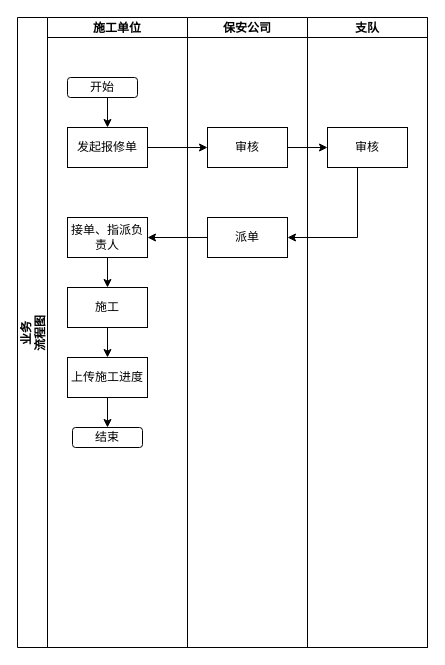
huyongchao98/dapp keeps this draw.io diagram as 未命名绘图1212.drawio. Above is the earlier version. Source tidied: cells renumbered, new cells numbered last; positions are measured from the earlier drawing's top-left corner, leaving out a move shared by most shapes. Both pictures are drawn from the tidied source at 100%, with x=0, y=0 at pixel (17, 17).
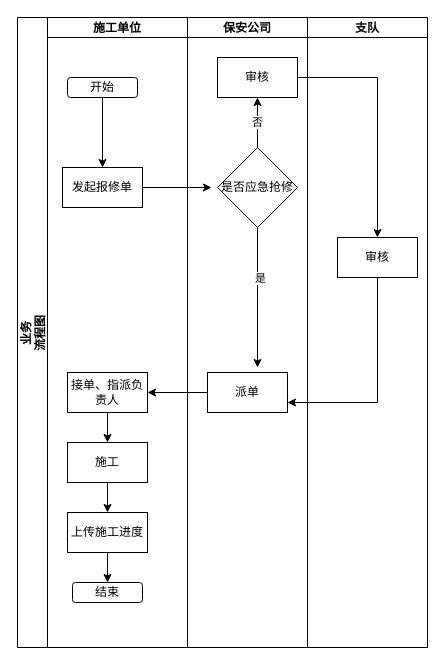
Above is the later version.

Commit message (it also covers changes not shown here):
更新未命名绘图1212.drawio

The change refers to these unchanged cells:
```xml
<mxCell id="2" value="业务&#10;流程图" style="swimlane;startSize=30;horizontal=0;" parent="1" vertex="1">
  <mxGeometry width="410" height="630" as="geometry" />
</mxCell>
<mxCell id="3" value="施工单位" style="swimlane;startSize=20;" parent="2" vertex="1">
  <mxGeometry x="30" width="140" height="630" as="geometry" />
</mxCell>
<mxCell id="14" value="保安公司" style="swimlane;startSize=20;" parent="2" vertex="1">
  <mxGeometry x="170" width="120" height="630" as="geometry" />
</mxCell>
<mxCell id="17" value="支队" style="swimlane;startSize=20;" parent="2" vertex="1">
  <mxGeometry x="290" width="120" height="630" as="geometry" />
</mxCell>
```

Change to the diagram source:
```diff
@@
+    <mxCell id="22" style="edgeStyle=orthogonalEdgeStyle;rounded=0;jettySize=auto;html=1;entryX=1;entryY=0.5;entryDx=0;entryDy=0;" parent="2" edge="1" source="16" target="8">
+      <mxGeometry relative="1" as="geometry" />
+    </mxCell>
@@
     <mxCell id="6" value="发起报修单" style="rounded=0;whiteSpace=wrap;html=1;" parent="3" vertex="1">
-      <mxGeometry x="20" y="110" width="80" height="40" as="geometry" />
+      <mxGeometry x="15" y="150" width="80" height="40" as="geometry" />
     </mxCell>
@@
     <mxCell id="8" value="接单、指派负责人" style="rounded=0;whiteSpace=wrap;html=1;" parent="3" vertex="1">
-      <mxGeometry x="20" y="200" width="80" height="40" as="geometry" />
+      <mxGeometry x="20" y="355" width="80" height="40" as="geometry" />
     </mxCell>
@@
     <mxCell id="10" value="施工" style="rounded=0;whiteSpace=wrap;html=1;" parent="3" vertex="1">
-      <mxGeometry x="20" y="270" width="80" height="40" as="geometry" />
+      <mxGeometry x="20" y="425" width="80" height="40" as="geometry" />
     </mxCell>
@@
     <mxCell id="12" value="上传施工进度" style="rounded=0;whiteSpace=wrap;html=1;" parent="3" vertex="1">
-      <mxGeometry x="20" y="340" width="80" height="40" as="geometry" />
+      <mxGeometry x="20" y="495" width="80" height="40" as="geometry" />
     </mxCell>
     <mxCell id="13" value="结束" style="rounded=1;whiteSpace=wrap;html=1;" parent="3" vertex="1">
-      <mxGeometry x="25" y="410" width="70" height="20" as="geometry" />
+      <mxGeometry x="25" y="565" width="70" height="20" as="geometry" />
     </mxCell>
@@
     <mxCell id="15" value="审核" style="rounded=0;whiteSpace=wrap;html=1;" parent="14" vertex="1">
-      <mxGeometry x="20" y="110" width="80" height="40" as="geometry" />
+      <mxGeometry x="30" y="40" width="80" height="40" as="geometry" />
     </mxCell>
     <mxCell id="16" value="派单" style="rounded=0;whiteSpace=wrap;html=1;" parent="14" vertex="1">
-      <mxGeometry x="20" y="200" width="80" height="40" as="geometry" />
+      <mxGeometry x="20" y="355" width="80" height="40" as="geometry" />
     </mxCell>
+    <mxCell id="23" value="否" style="edgeStyle=orthogonalEdgeStyle;rounded=0;jettySize=auto;html=1;exitX=0.5;exitY=0;exitDx=0;exitDy=0;entryX=0.5;entryY=1;entryDx=0;entryDy=0;" parent="14" edge="1" source="26" target="15">
+      <mxGeometry relative="1" as="geometry" />
+    </mxCell>
+    <mxCell id="24" style="edgeStyle=orthogonalEdgeStyle;rounded=0;jettySize=auto;html=1;exitX=0.5;exitY=1;exitDx=0;exitDy=0;" parent="14" edge="1" source="26">
+      <mxGeometry relative="1" as="geometry">
+        <mxPoint x="70" y="350" as="targetPoint" />
+      </mxGeometry>
+    </mxCell>
+    <mxCell id="25" value="是" style="edgeLabel;html=1;align=center;verticalAlign=middle;" parent="24" vertex="1">
+      <mxGeometry x="-0.29" y="2" relative="1" as="geometry" />
+    </mxCell>
+    <mxCell id="26" value="是否应急抢修" style="rhombus;whiteSpace=wrap;html=1;" parent="14" vertex="1">
+      <mxGeometry x="30" y="130" width="80" height="80" as="geometry" />
+    </mxCell>
@@
     <mxCell id="18" value="审核" style="rounded=0;whiteSpace=wrap;html=1;" parent="17" vertex="1">
-      <mxGeometry x="20" y="110" width="80" height="40" as="geometry" />
+      <mxGeometry x="30" y="220" width="80" height="40" as="geometry" />
     </mxCell>
-    <mxCell id="19" style="edgeStyle=orthogonalEdgeStyle;rounded=0;jettySize=auto;html=1;entryX=0;entryY=0.5;entryDx=0;entryDy=0;" parent="2" edge="1" source="6" target="15">
+    <mxCell id="19" style="edgeStyle=orthogonalEdgeStyle;rounded=0;jettySize=auto;html=1;entryX=-0.075;entryY=0.5;entryDx=0;entryDy=0;entryPerimeter=0;" parent="2" edge="1" source="6" target="26">
       <mxGeometry relative="1" as="geometry" />
     </mxCell>
+    <mxCell id="21" style="edgeStyle=orthogonalEdgeStyle;rounded=0;jettySize=auto;html=1;entryX=1;entryY=0.75;entryDx=0;entryDy=0;exitX=0.5;exitY=1;exitDx=0;exitDy=0;" parent="2" edge="1" source="18" target="16">
+      <mxGeometry relative="1" as="geometry">
+        <Array as="points">
+          <mxPoint x="360" y="385" />
+        </Array>
+      </mxGeometry>
+    </mxCell>
-    <mxCell id="20" style="edgeStyle=orthogonalEdgeStyle;rounded=0;jettySize=auto;html=1;" parent="2" edge="1" source="15" target="18">
+    <mxCell id="20" style="edgeStyle=orthogonalEdgeStyle;rounded=0;jettySize=auto;html=1;exitX=1;exitY=0.5;exitDx=0;exitDy=0;" parent="2" edge="1" source="15" target="18">
       <mxGeometry relative="1" as="geometry" />
     </mxCell>
-    <mxCell id="21" style="edgeStyle=orthogonalEdgeStyle;rounded=0;jettySize=auto;html=1;entryX=1;entryY=0.5;entryDx=0;entryDy=0;" parent="2" edge="1" source="18" target="16">
-      <mxGeometry relative="1" as="geometry">
-        <Array as="points">
-          <mxPoint x="340" y="220" />
-        </Array>
-      </mxGeometry>
-    </mxCell>
-    <mxCell id="22" style="edgeStyle=orthogonalEdgeStyle;rounded=0;jettySize=auto;html=1;entryX=1;entryY=0.5;entryDx=0;entryDy=0;" parent="2" edge="1" source="16" target="8">
-      <mxGeometry relative="1" as="geometry" />
-    </mxCell>
```
